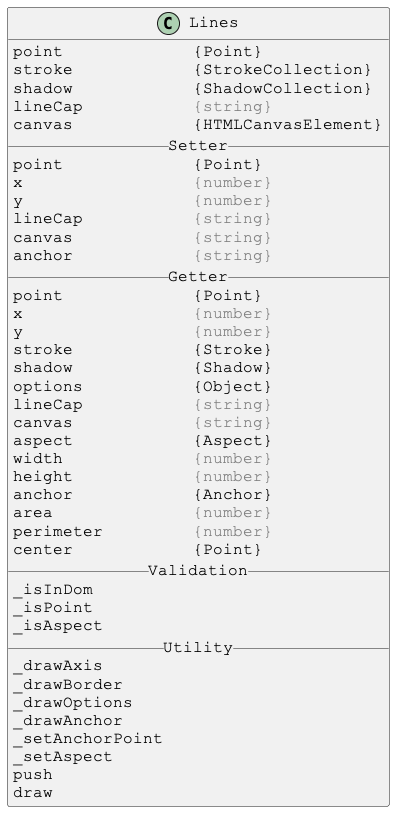
Above: docs/PlantUml/images/Lines.png in Justin-Byrne/canvasLab (PlantUML), before the change.
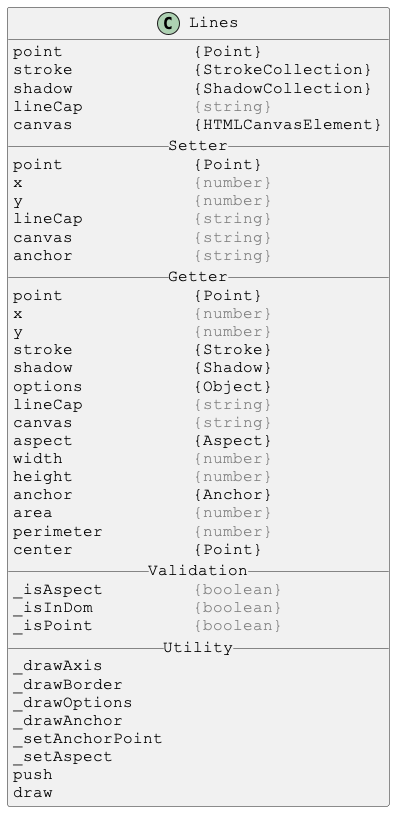
The same file after the commit.

Change to the diagram source:
```diff
@@ -33,9 +33,9 @@
 perimeter         <color:gray>{number}</color>
 center            {Point}
 __ Validation __
-_isInDom
-_isPoint
-_isAspect
+_isAspect         <color:gray>{boolean}</color>
+_isInDom          <color:gray>{boolean}</color>
+_isPoint          <color:gray>{boolean}</color>
 __ Utility __
 _drawAxis
 _drawBorder
```
